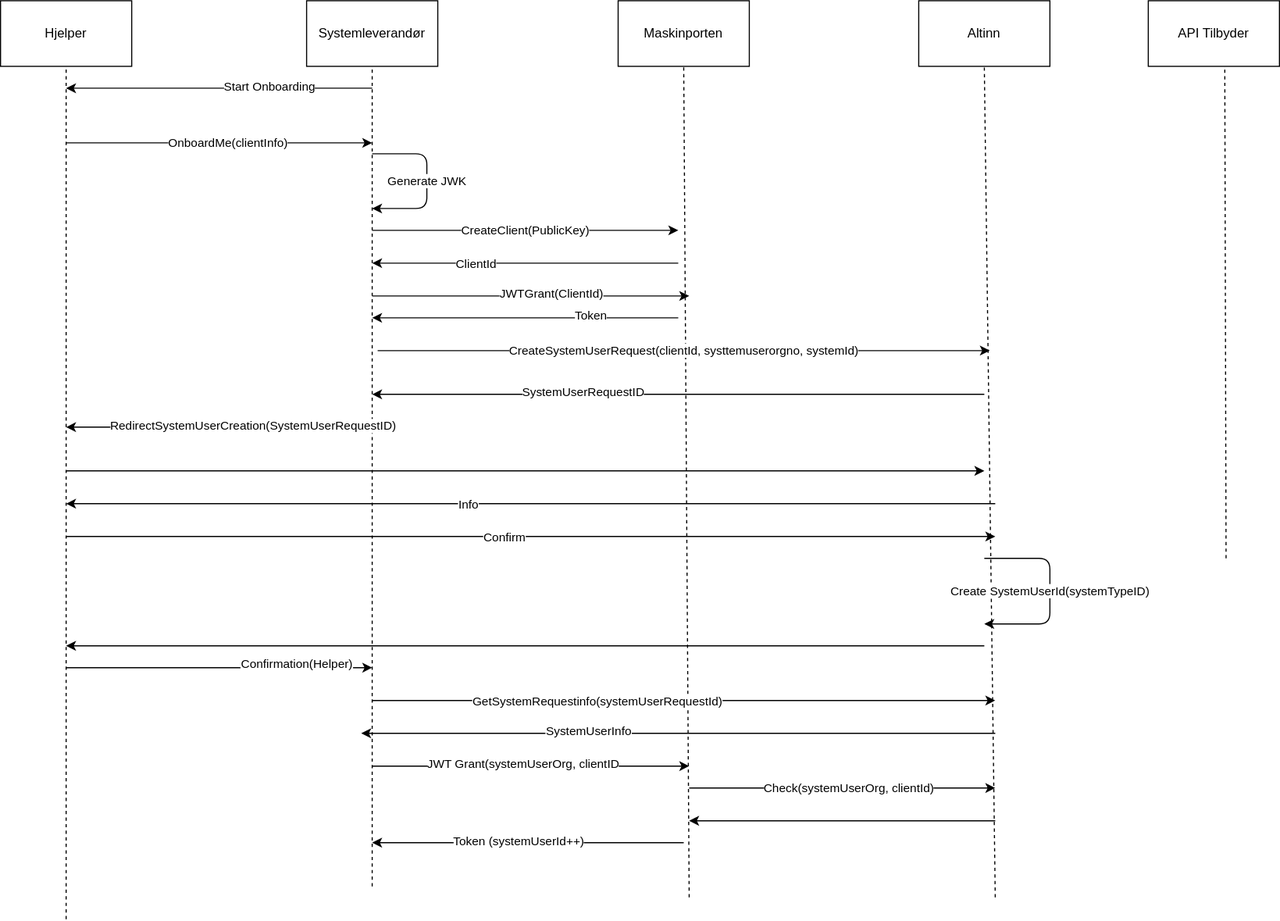
Before: content/authentication/onboardingupdated2.drawio.svg, a diagram exported from draw.io (Altinn/altinn-studio-docs). Source tidied: cells renumbered, new cells last; positions are measured from the earlier drawing's top-left corner, leaving out a move shared by most shapes.
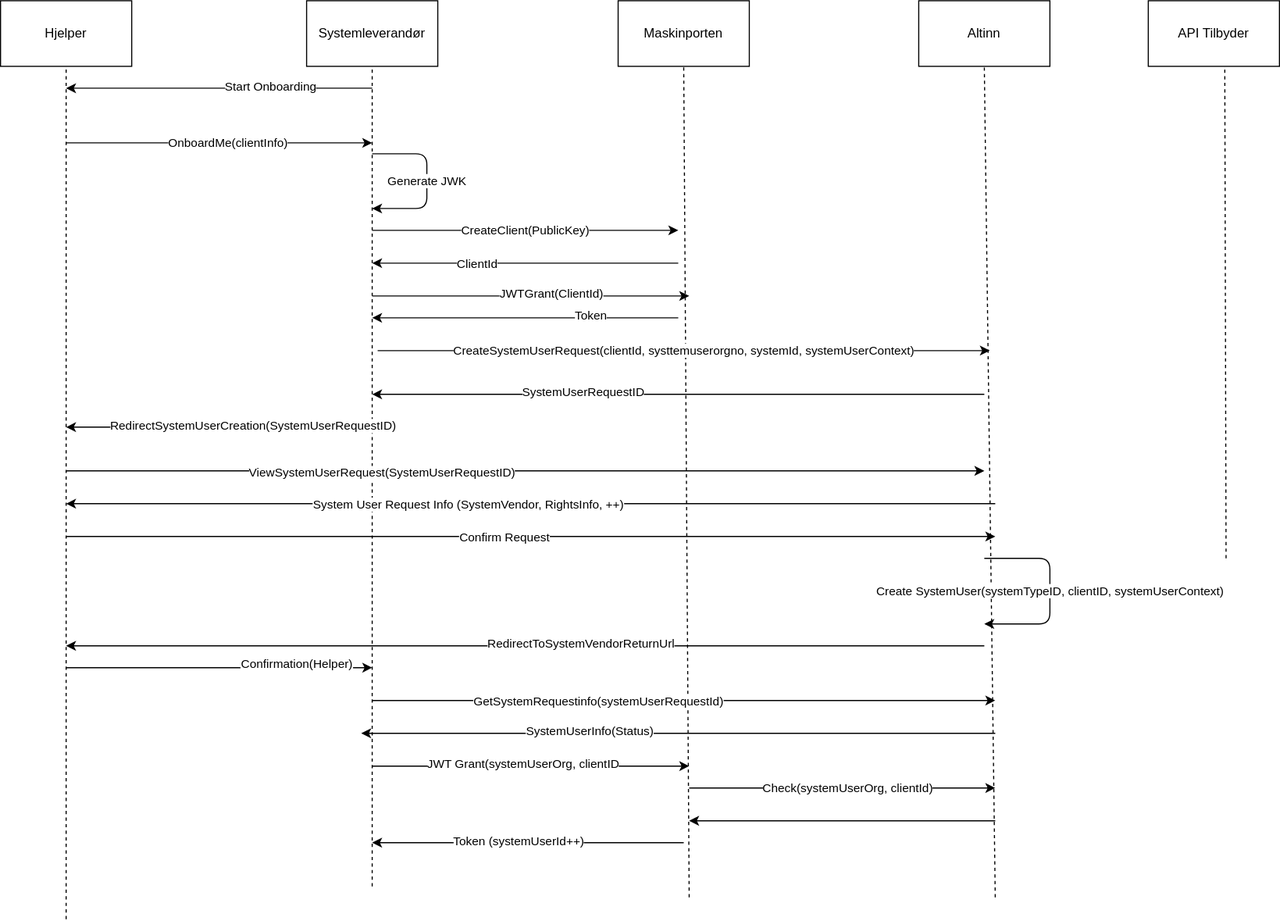
The same file after the commit.

The edit, as a diff of the source:
```diff
@@ -68,7 +68,7 @@
         <mxPoint x="60" y="460" as="targetPoint" />
       </mxGeometry>
     </mxCell>
-    <mxCell id="17" value="Info" style="edgeLabel;html=1;align=center;verticalAlign=middle;" parent="16" vertex="1">
+    <mxCell id="17" value="System User Request Info (SystemVendor, RightsInfo, ++)" style="edgeLabel;html=1;align=center;verticalAlign=middle;" parent="16" vertex="1">
       <mxGeometry x="0.14" y="1" relative="1" as="geometry" />
     </mxCell>
     <mxCell id="18" style="endArrow=classic;html=1;" parent="1" edge="1">
@@ -77,10 +77,10 @@
         <mxPoint x="910" y="490" as="targetPoint" />
       </mxGeometry>
     </mxCell>
-    <mxCell id="19" value="Confirm" style="edgeLabel;html=1;align=center;verticalAlign=middle;" parent="18" vertex="1">
+    <mxCell id="19" value="Confirm Request" style="edgeLabel;html=1;align=center;verticalAlign=middle;" parent="18" vertex="1">
       <mxGeometry x="-0.06" y="-1" relative="1" as="geometry" />
     </mxCell>
-    <mxCell id="20" value="Create SystemUserId(systemTypeID)" style="endArrow=classic;html=1;" parent="1" edge="1">
+    <mxCell id="20" value="Create SystemUser(systemTypeID, clientID, systemUserContext)" style="endArrow=classic;html=1;" parent="1" edge="1">
       <mxGeometry relative="1" as="geometry">
         <mxPoint x="900" y="510" as="sourcePoint" />
         <mxPoint x="900" y="570" as="targetPoint" />
@@ -105,13 +105,16 @@
         <mxPoint x="60" y="590" as="targetPoint" />
       </mxGeometry>
     </mxCell>
+    <mxCell id="50" value="RedirectToSystemVendorReturnUrl" style="edgeLabel;html=1;align=center;verticalAlign=middle;" parent="23" vertex="1">
+      <mxGeometry x="-0.12" y="-2" relative="1" as="geometry" />
+    </mxCell>
     <mxCell id="24" style="endArrow=classic;html=1;" parent="1" edge="1">
       <mxGeometry relative="1" as="geometry">
         <mxPoint x="345" y="320" as="sourcePoint" />
         <mxPoint x="905" y="320" as="targetPoint" />
       </mxGeometry>
     </mxCell>
-    <mxCell id="25" value="CreateSystemUserRequest(clientId, systtemuserorgno, systemId)" style="edgeLabel;html=1;align=center;verticalAlign=middle;" parent="24" vertex="1">
+    <mxCell id="25" value="CreateSystemUserRequest(clientId, systtemuserorgno, systemId, systemUserContext)" style="edgeLabel;html=1;align=center;verticalAlign=middle;" parent="24" vertex="1">
       <mxGeometry relative="1" as="geometry" />
     </mxCell>
     <mxCell id="26" style="endArrow=classic;html=1;" parent="1" edge="1">
@@ -138,6 +141,9 @@
         <mxPoint x="900" y="430" as="targetPoint" />
       </mxGeometry>
     </mxCell>
+    <mxCell id="51" value="ViewSystemUserRequest(SystemUserRequestID)" style="edgeLabel;html=1;align=center;verticalAlign=middle;" parent="30" vertex="1">
+      <mxGeometry x="-0.31" y="-2" relative="1" as="geometry" />
+    </mxCell>
     <mxCell id="31" style="endArrow=classic;html=1;" parent="1" edge="1">
       <mxGeometry relative="1" as="geometry">
         <mxPoint x="340" y="640" as="sourcePoint" />
@@ -153,7 +159,7 @@
         <mxPoint x="330" y="670" as="targetPoint" />
       </mxGeometry>
     </mxCell>
-    <mxCell id="34" value="SystemUserInfo" style="edgeLabel;html=1;align=center;verticalAlign=middle;" parent="33" vertex="1">
+    <mxCell id="34" value="SystemUserInfo(Status)" style="edgeLabel;html=1;align=center;verticalAlign=middle;" parent="33" vertex="1">
       <mxGeometry x="0.28" y="-2" relative="1" as="geometry" />
     </mxCell>
     <mxCell id="35" style="endArrow=classic;html=1;" parent="1" edge="1">
```
